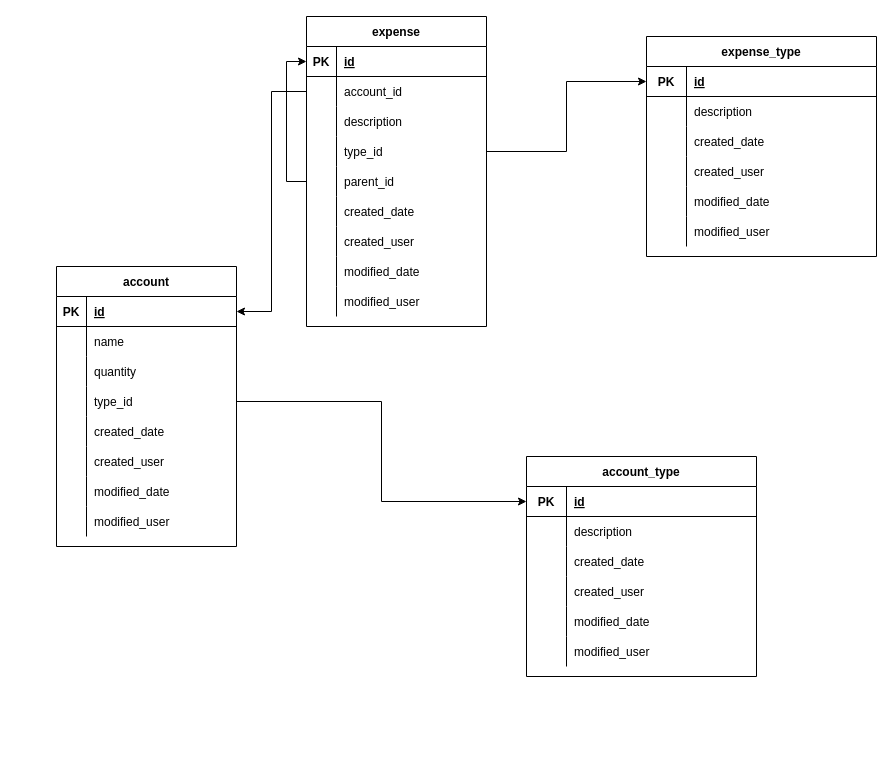
checomperez31/expense_manager keeps this draw.io diagram as sql/expense_manager.drawio. Above is the earlier version. Source tidied: cells renumbered, new cells numbered last; positions are measured from the earlier drawing's top-left corner, leaving out a move shared by most shapes. Both pictures are drawn from the tidied source at 100%, with x=0, y=0 at pixel (56, 16).
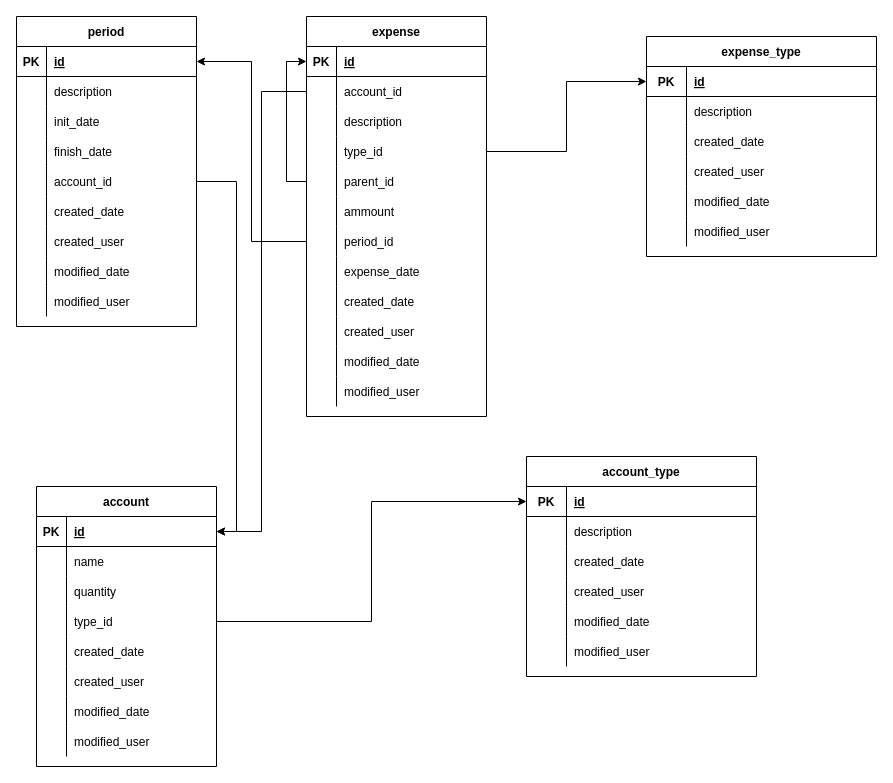
Above is the later version.

Commit message (it also covers changes not shown here):
Adds entity Period, modify expense adding period, modify diagram

Unchanged cells that the change refers to:
```xml
<mxCell id="3" style="shape=tableRow;horizontal=0;startSize=0;swimlaneHead=0;swimlaneBody=0;fillColor=none;points=[[0,0.5],[1,0.5]];portConstraint=eastwest;top=0;left=0;right=0;bottom=1;" parent="2" vertex="1">
  <mxGeometry y="30" width="180" height="30" as="geometry" />
</mxCell>
```

The edit, as a diff of the source:
```diff
@@
     <mxCell id="2" value="account" style="shape=table;startSize=30;childLayout=tableLayout;rowLines=0;fontStyle=1;align=center;" parent="1" vertex="1">
-      <mxGeometry y="250" width="180" height="280" as="geometry" />
+      <mxGeometry x="-20" y="470" width="180" height="280" as="geometry" />
     </mxCell>
@@
     <mxCell id="46" value="expense" style="shape=table;startSize=30;childLayout=tableLayout;rowLines=0;fontStyle=1;align=center;" parent="1" vertex="1">
-      <mxGeometry x="250" width="180" height="310" as="geometry" />
+      <mxGeometry x="250" width="180" height="400" as="geometry" />
     </mxCell>
@@
+    <mxCell id="97" style="shape=tableRow;horizontal=0;startSize=0;swimlaneHead=0;swimlaneBody=0;fillColor=none;top=0;left=0;right=0;bottom=0;" parent="46" vertex="1">
+      <mxGeometry y="180" width="180" height="30" as="geometry" />
+    </mxCell>
+    <mxCell id="98" style="shape=partialRectangle;fillColor=none;top=0;left=0;bottom=0;right=0;overflow=hidden;" parent="97" vertex="1">
+      <mxGeometry width="30" height="30" as="geometry" />
+    </mxCell>
+    <mxCell id="99" value="ammount" style="shape=partialRectangle;fillColor=none;top=0;left=0;bottom=0;right=0;align=left;spacingLeft=6;overflow=hidden;" parent="97" vertex="1">
+      <mxGeometry x="30" width="150" height="30" as="geometry" />
+    </mxCell>
+    <mxCell id="100" style="shape=tableRow;horizontal=0;startSize=0;swimlaneHead=0;swimlaneBody=0;fillColor=none;points=[[0,0.5],[1,0.5]];portConstraint=eastwest;top=0;left=0;right=0;bottom=0;" parent="46" vertex="1">
+      <mxGeometry y="210" width="180" height="30" as="geometry" />
+    </mxCell>
+    <mxCell id="101" style="shape=partialRectangle;fillColor=none;top=0;left=0;bottom=0;right=0;overflow=hidden;" parent="100" vertex="1">
+      <mxGeometry width="30" height="30" as="geometry" />
+    </mxCell>
+    <mxCell id="102" value="period_id" style="shape=partialRectangle;fillColor=none;top=0;left=0;bottom=0;right=0;align=left;spacingLeft=6;overflow=hidden;" parent="100" vertex="1">
+      <mxGeometry x="30" width="150" height="30" as="geometry" />
+    </mxCell>
+    <mxCell id="103" style="shape=tableRow;horizontal=0;startSize=0;swimlaneHead=0;swimlaneBody=0;fillColor=none;top=0;left=0;right=0;bottom=0;" parent="46" vertex="1">
+      <mxGeometry y="240" width="180" height="30" as="geometry" />
+    </mxCell>
+    <mxCell id="104" style="shape=partialRectangle;fillColor=none;top=0;left=0;bottom=0;right=0;overflow=hidden;" parent="103" vertex="1">
+      <mxGeometry width="30" height="30" as="geometry" />
+    </mxCell>
+    <mxCell id="105" value="expense_date" style="shape=partialRectangle;fillColor=none;top=0;left=0;bottom=0;right=0;align=left;spacingLeft=6;overflow=hidden;" parent="103" vertex="1">
+      <mxGeometry x="30" width="150" height="30" as="geometry" />
+    </mxCell>
     <mxCell id="63" style="shape=tableRow;horizontal=0;startSize=0;swimlaneHead=0;swimlaneBody=0;fillColor=none;top=0;left=0;right=0;bottom=0;" parent="46" vertex="1">
-      <mxGeometry y="180" width="180" height="30" as="geometry" />
+      <mxGeometry y="270" width="180" height="30" as="geometry" />
     </mxCell>
@@
     <mxCell id="66" style="shape=tableRow;horizontal=0;startSize=0;swimlaneHead=0;swimlaneBody=0;fillColor=none;top=0;left=0;right=0;bottom=0;" parent="46" vertex="1">
-      <mxGeometry y="210" width="180" height="30" as="geometry" />
+      <mxGeometry y="300" width="180" height="30" as="geometry" />
     </mxCell>
@@
     <mxCell id="69" style="shape=tableRow;horizontal=0;startSize=0;swimlaneHead=0;swimlaneBody=0;fillColor=none;top=0;left=0;right=0;bottom=0;" parent="46" vertex="1">
-      <mxGeometry y="240" width="180" height="30" as="geometry" />
+      <mxGeometry y="330" width="180" height="30" as="geometry" />
     </mxCell>
@@
     <mxCell id="72" style="shape=tableRow;horizontal=0;startSize=0;swimlaneHead=0;swimlaneBody=0;fillColor=none;top=0;left=0;right=0;bottom=0;" parent="46" vertex="1">
-      <mxGeometry y="270" width="180" height="30" as="geometry" />
+      <mxGeometry y="360" width="180" height="30" as="geometry" />
     </mxCell>
@@
+    <mxCell id="106" value="period" style="shape=table;startSize=30;childLayout=tableLayout;rowLines=0;fontStyle=1;align=center;" parent="1" vertex="1">
+      <mxGeometry x="-40" width="180" height="310" as="geometry" />
+    </mxCell>
+    <mxCell id="107" style="shape=tableRow;horizontal=0;startSize=0;swimlaneHead=0;swimlaneBody=0;fillColor=none;points=[[0,0.5],[1,0.5]];portConstraint=eastwest;top=0;left=0;right=0;bottom=1;" parent="106" vertex="1">
+      <mxGeometry y="30" width="180" height="30" as="geometry" />
+    </mxCell>
+    <mxCell id="108" value="PK" style="shape=partialRectangle;fillColor=none;top=0;left=0;bottom=0;right=0;fontStyle=1;overflow=hidden;" parent="107" vertex="1">
+      <mxGeometry width="30" height="30" as="geometry" />
+    </mxCell>
+    <mxCell id="109" value="id" style="shape=partialRectangle;fillColor=none;top=0;left=0;bottom=0;right=0;align=left;spacingLeft=6;fontStyle=5;overflow=hidden;" parent="107" vertex="1">
+      <mxGeometry x="30" width="150" height="30" as="geometry" />
+    </mxCell>
+    <mxCell id="110" style="shape=tableRow;horizontal=0;startSize=0;swimlaneHead=0;swimlaneBody=0;fillColor=none;top=0;left=0;right=0;bottom=0;" parent="106" vertex="1">
+      <mxGeometry y="60" width="180" height="30" as="geometry" />
+    </mxCell>
+    <mxCell id="111" style="shape=partialRectangle;fillColor=none;top=0;left=0;bottom=0;right=0;overflow=hidden;" parent="110" vertex="1">
+      <mxGeometry width="30" height="30" as="geometry" />
+    </mxCell>
+    <mxCell id="112" value="description" style="shape=partialRectangle;fillColor=none;top=0;left=0;bottom=0;right=0;align=left;spacingLeft=6;overflow=hidden;" parent="110" vertex="1">
+      <mxGeometry x="30" width="150" height="30" as="geometry" />
+    </mxCell>
+    <mxCell id="113" style="shape=tableRow;horizontal=0;startSize=0;swimlaneHead=0;swimlaneBody=0;fillColor=none;top=0;left=0;right=0;bottom=0;" parent="106" vertex="1">
+      <mxGeometry y="90" width="180" height="30" as="geometry" />
+    </mxCell>
+    <mxCell id="114" style="shape=partialRectangle;fillColor=none;top=0;left=0;bottom=0;right=0;overflow=hidden;" parent="113" vertex="1">
+      <mxGeometry width="30" height="30" as="geometry" />
+    </mxCell>
+    <mxCell id="115" value="init_date" style="shape=partialRectangle;fillColor=none;top=0;left=0;bottom=0;right=0;align=left;spacingLeft=6;overflow=hidden;" parent="113" vertex="1">
+      <mxGeometry x="30" width="150" height="30" as="geometry" />
+    </mxCell>
+    <mxCell id="116" style="shape=tableRow;horizontal=0;startSize=0;swimlaneHead=0;swimlaneBody=0;fillColor=none;top=0;left=0;right=0;bottom=0;" parent="106" vertex="1">
+      <mxGeometry y="120" width="180" height="30" as="geometry" />
+    </mxCell>
+    <mxCell id="117" style="shape=partialRectangle;fillColor=none;top=0;left=0;bottom=0;right=0;overflow=hidden;" parent="116" vertex="1">
+      <mxGeometry width="30" height="30" as="geometry" />
+    </mxCell>
+    <mxCell id="118" value="finish_date" style="shape=partialRectangle;fillColor=none;top=0;left=0;bottom=0;right=0;align=left;spacingLeft=6;overflow=hidden;" parent="116" vertex="1">
+      <mxGeometry x="30" width="150" height="30" as="geometry" />
+    </mxCell>
+    <mxCell id="119" style="shape=tableRow;horizontal=0;startSize=0;swimlaneHead=0;swimlaneBody=0;fillColor=none;points=[[0,0.5],[1,0.5]];portConstraint=eastwest;top=0;left=0;right=0;bottom=0;" parent="106" vertex="1">
+      <mxGeometry y="150" width="180" height="30" as="geometry" />
+    </mxCell>
+    <mxCell id="120" style="shape=partialRectangle;fillColor=none;top=0;left=0;bottom=0;right=0;overflow=hidden;" parent="119" vertex="1">
+      <mxGeometry width="30" height="30" as="geometry" />
+    </mxCell>
+    <mxCell id="121" value="account_id" style="shape=partialRectangle;fillColor=none;top=0;left=0;bottom=0;right=0;align=left;spacingLeft=6;overflow=hidden;" parent="119" vertex="1">
+      <mxGeometry x="30" width="150" height="30" as="geometry" />
+    </mxCell>
+    <mxCell id="122" style="shape=tableRow;horizontal=0;startSize=0;swimlaneHead=0;swimlaneBody=0;fillColor=none;top=0;left=0;right=0;bottom=0;" parent="106" vertex="1">
+      <mxGeometry y="180" width="180" height="30" as="geometry" />
+    </mxCell>
+    <mxCell id="123" style="shape=partialRectangle;fillColor=none;top=0;left=0;bottom=0;right=0;overflow=hidden;" parent="122" vertex="1">
+      <mxGeometry width="30" height="30" as="geometry" />
+    </mxCell>
+    <mxCell id="124" value="created_date" style="shape=partialRectangle;fillColor=none;top=0;left=0;bottom=0;right=0;align=left;spacingLeft=6;overflow=hidden;" parent="122" vertex="1">
+      <mxGeometry x="30" width="150" height="30" as="geometry" />
+    </mxCell>
+    <mxCell id="125" style="shape=tableRow;horizontal=0;startSize=0;swimlaneHead=0;swimlaneBody=0;fillColor=none;top=0;left=0;right=0;bottom=0;" parent="106" vertex="1">
+      <mxGeometry y="210" width="180" height="30" as="geometry" />
+    </mxCell>
+    <mxCell id="126" style="shape=partialRectangle;fillColor=none;top=0;left=0;bottom=0;right=0;overflow=hidden;" parent="125" vertex="1">
+      <mxGeometry width="30" height="30" as="geometry" />
+    </mxCell>
+    <mxCell id="127" value="created_user" style="shape=partialRectangle;fillColor=none;top=0;left=0;bottom=0;right=0;align=left;spacingLeft=6;overflow=hidden;" parent="125" vertex="1">
+      <mxGeometry x="30" width="150" height="30" as="geometry" />
+    </mxCell>
+    <mxCell id="128" style="shape=tableRow;horizontal=0;startSize=0;swimlaneHead=0;swimlaneBody=0;fillColor=none;top=0;left=0;right=0;bottom=0;" parent="106" vertex="1">
+      <mxGeometry y="240" width="180" height="30" as="geometry" />
+    </mxCell>
+    <mxCell id="129" style="shape=partialRectangle;fillColor=none;top=0;left=0;bottom=0;right=0;overflow=hidden;" parent="128" vertex="1">
+      <mxGeometry width="30" height="30" as="geometry" />
+    </mxCell>
+    <mxCell id="130" value="modified_date" style="shape=partialRectangle;fillColor=none;top=0;left=0;bottom=0;right=0;align=left;spacingLeft=6;overflow=hidden;" parent="128" vertex="1">
+      <mxGeometry x="30" width="150" height="30" as="geometry" />
+    </mxCell>
+    <mxCell id="131" style="shape=tableRow;horizontal=0;startSize=0;swimlaneHead=0;swimlaneBody=0;fillColor=none;top=0;left=0;right=0;bottom=0;" parent="106" vertex="1">
+      <mxGeometry y="270" width="180" height="30" as="geometry" />
+    </mxCell>
+    <mxCell id="132" style="shape=partialRectangle;fillColor=none;top=0;left=0;bottom=0;right=0;overflow=hidden;" parent="131" vertex="1">
+      <mxGeometry width="30" height="30" as="geometry" />
+    </mxCell>
+    <mxCell id="133" value="modified_user" style="shape=partialRectangle;fillColor=none;top=0;left=0;bottom=0;right=0;align=left;spacingLeft=6;overflow=hidden;" parent="131" vertex="1">
+      <mxGeometry x="30" width="150" height="30" as="geometry" />
+    </mxCell>
+    <mxCell id="134" style="edgeStyle=orthogonalEdgeStyle;rounded=0;jettySize=auto;html=1;entryX=1;entryY=0.5;entryDx=0;entryDy=0;" parent="1" edge="1" source="100" target="107">
+      <mxGeometry relative="1" as="geometry" />
+    </mxCell>
+    <mxCell id="135" style="edgeStyle=orthogonalEdgeStyle;rounded=0;jettySize=auto;html=1;entryX=1;entryY=0.5;entryDx=0;entryDy=0;" parent="1" edge="1" source="119" target="3">
+      <mxGeometry relative="1" as="geometry" />
+    </mxCell>
```
